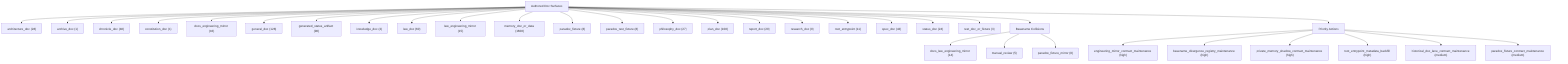
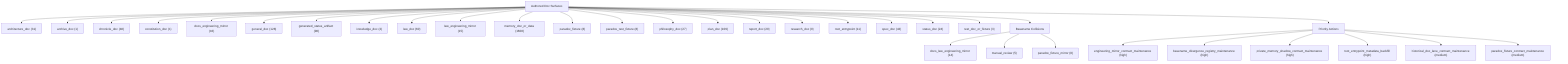
graph TD
    root["Authored Doc Surfaces"]
-     category_architecture_doc["architecture_doc (28)"]
+     category_architecture_doc["architecture_doc (31)"]
    root --> category_architecture_doc
    category_archive_doc["archive_doc (1)"]
    root --> category_archive_doc
    category_chronicle_doc["chronicle_doc (48)"]
    root --> category_chronicle_doc
    category_constitution_doc["constitution_doc (1)"]
    root --> category_constitution_doc
    category_docs_engineering_mirror["docs_engineering_mirror (16)"]
    root --> category_docs_engineering_mirror
    category_general_doc["general_doc (128)"]
    root --> category_general_doc
    category_generated_status_artifact["generated_status_artifact (98)"]
    root --> category_generated_status_artifact
    category_knowledge_doc["knowledge_doc (2)"]
    root --> category_knowledge_doc
    category_law_doc["law_doc (60)"]
    root --> category_law_doc
    category_law_engineering_mirror["law_engineering_mirror (15)"]
    root --> category_law_engineering_mirror
    category_memory_doc_or_data["memory_doc_or_data (1608)"]
    root --> category_memory_doc_or_data
    category_paradox_fixture["paradox_fixture (8)"]
    root --> category_paradox_fixture
    category_paradox_test_fixture["paradox_test_fixture (8)"]
    root --> category_paradox_test_fixture
    category_philosophy_doc["philosophy_doc (27)"]
    root --> category_philosophy_doc
-     category_plan_doc["plan_doc (108)"]
+     category_plan_doc["plan_doc (109)"]
    root --> category_plan_doc
    category_report_doc["report_doc (29)"]
    root --> category_report_doc
    category_research_doc["research_doc (9)"]
    root --> category_research_doc
    category_root_entrypoint["root_entrypoint (11)"]
    root --> category_root_entrypoint
    category_spec_doc["spec_doc (43)"]
    root --> category_spec_doc
    category_status_doc["status_doc (24)"]
    root --> category_status_doc
    category_test_doc_or_fixture["test_doc_or_fixture (3)"]
    root --> category_test_doc_or_fixture
    collisions["Basename Collisions"]
    root --> collisions
    family_docs_law_engineering_mirror["docs_law_engineering_mirror (14)"]
    collisions --> family_docs_law_engineering_mirror
    family_manual_review["manual_review (5)"]
    collisions --> family_manual_review
    family_paradox_fixture_mirror["paradox_fixture_mirror (8)"]
    collisions --> family_paradox_fixture_mirror
    priorities["Priority Actions"]
    root --> priorities
    priority_engineering_mirror_contract_maintenance["engineering_mirror_contract_maintenance (high)"]
    priorities --> priority_engineering_mirror_contract_maintenance
    priority_basename_divergence_registry_maintenance["basename_divergence_registry_maintenance (high)"]
    priorities --> priority_basename_divergence_registry_maintenance
    priority_private_memory_shadow_contract_maintenance["private_memory_shadow_contract_maintenance (high)"]
    priorities --> priority_private_memory_shadow_contract_maintenance
    priority_root_entrypoint_metadata_backfill["root_entrypoint_metadata_backfill (high)"]
    priorities --> priority_root_entrypoint_metadata_backfill
    priority_historical_doc_lane_contract_maintenance["historical_doc_lane_contract_maintenance (medium)"]
    priorities --> priority_historical_doc_lane_contract_maintenance
    priority_paradox_fixture_contract_maintenance["paradox_fixture_contract_maintenance (medium)"]
    priorities --> priority_paradox_fixture_contract_maintenance
